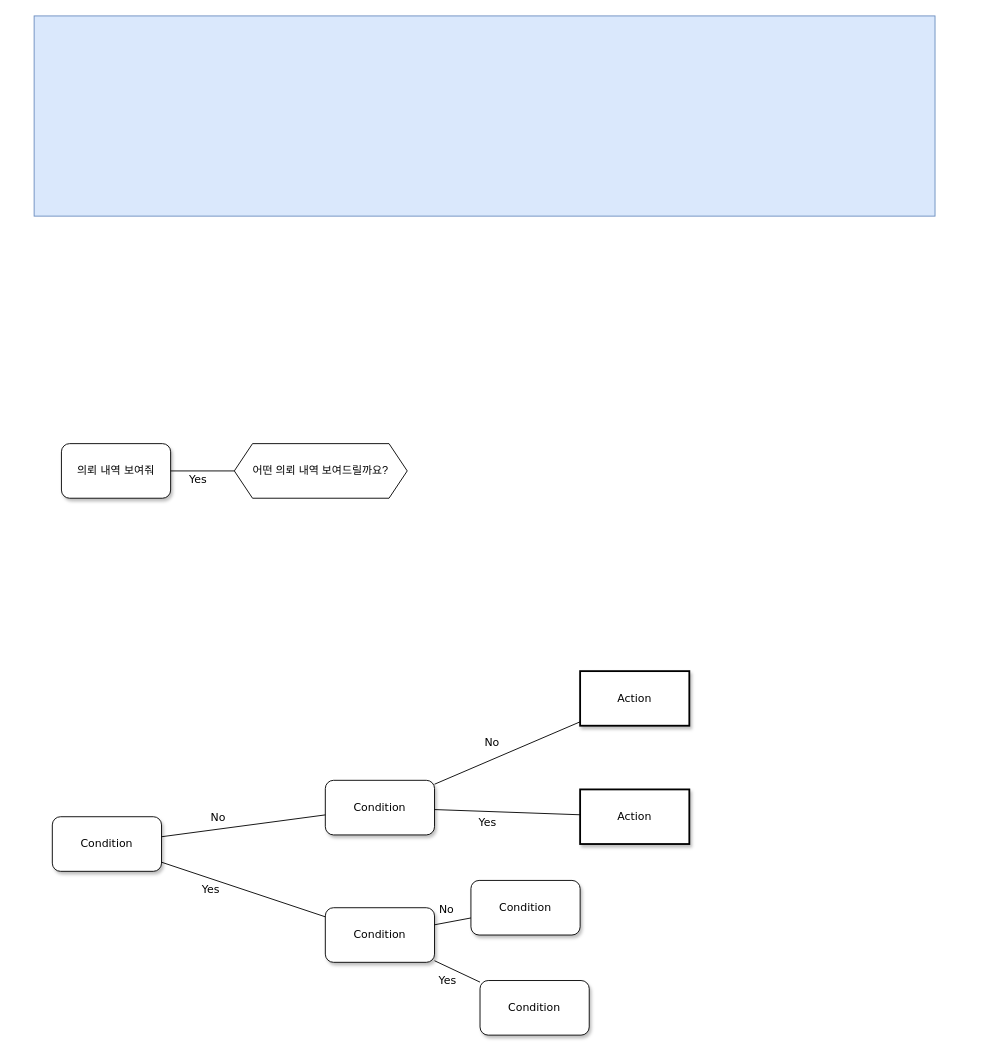
GaYoNE00/Ko_Chat_Exam keeps this draw.io diagram as 전체 시나리오.drawio. Above is the earlier version. Source tidied: cells renumbered, new cells numbered last; positions are measured from the earlier drawing's top-left corner, leaving out a move shared by most shapes. Both pictures are drawn from the tidied source at 91%, with x=0, y=0 at pixel (34, 15).
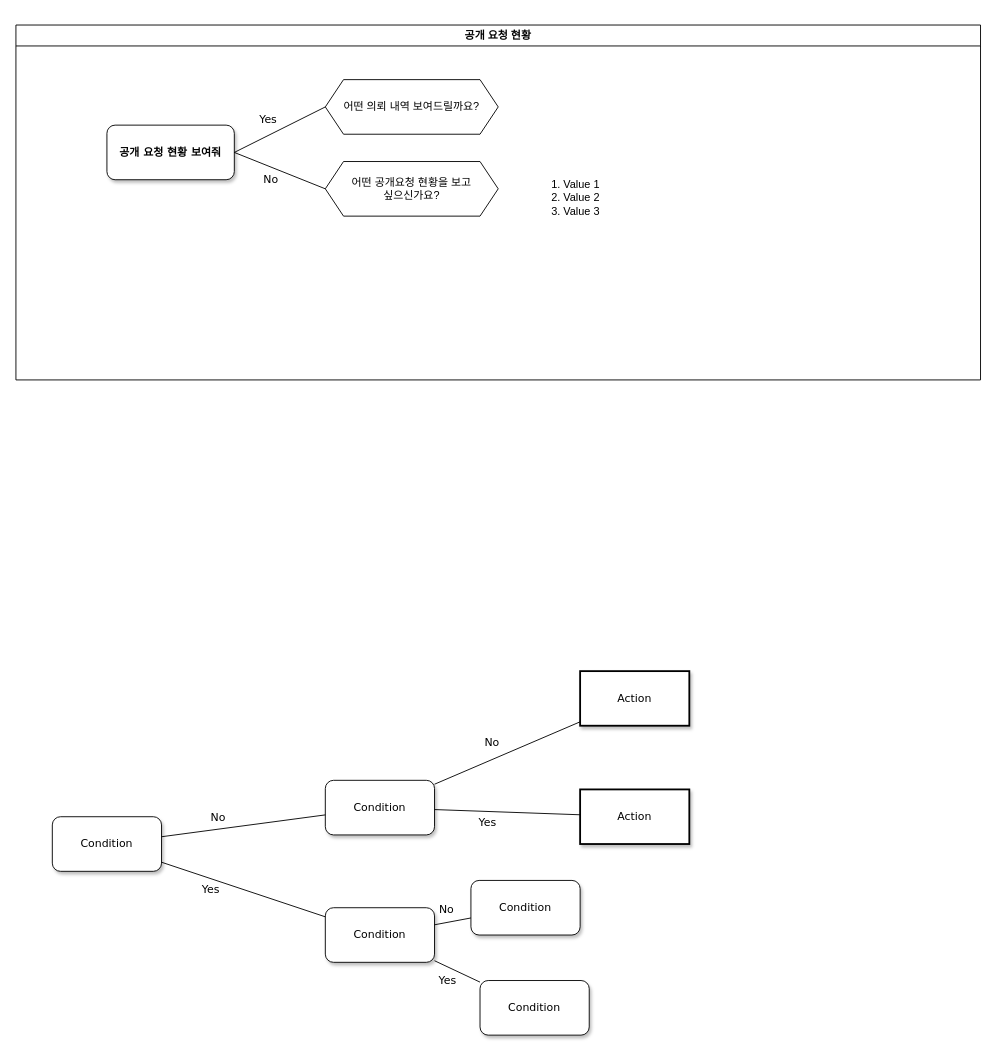
After the change.

Commit message (it also covers changes not shown here):
전체 시나리오.drawio 업데이트

Diff of the diagram source:
```diff
@@
-    <mxCell id="2" style="rounded=0;whiteSpace=wrap;html=1;fillColor=#dae8fc;strokeColor=#6c8ebf;" parent="1" vertex="1">
-      <mxGeometry width="990" height="220" as="geometry" />
-    </mxCell>
@@
+    <mxCell id="19" value="공개 요청 현황" style="swimlane;whiteSpace=wrap;html=1;" parent="1" vertex="1">
+      <mxGeometry x="-20" y="10" width="1060" height="390" as="geometry" />
+    </mxCell>
+    <mxCell id="18" value="어떤 의뢰 내역 보여드릴까요?" style="shape=hexagon;perimeter=hexagonPerimeter2;whiteSpace=wrap;html=1;fixedSize=1;" parent="19" vertex="1">
+      <mxGeometry x="340" y="60" width="190" height="60" as="geometry" />
+    </mxCell>
-    <mxCell id="16" value="의뢰 내역 보여줘" style="whiteSpace=wrap;html=1;rounded=1;shadow=1;labelBackgroundColor=none;strokeWidth=1;fontFamily=Verdana;fontSize=12;align=center;" parent="1" vertex="1">
-      <mxGeometry x="30" y="470" width="120" height="60" as="geometry" />
+    <mxCell id="16" value="공개 요청 현황 보여줘" style="whiteSpace=wrap;html=1;rounded=1;shadow=1;labelBackgroundColor=none;strokeWidth=1;fontFamily=Verdana;fontSize=12;align=center;fontStyle=1;" parent="19" vertex="1">
+      <mxGeometry x="100" y="110" width="140" height="60" as="geometry" />
     </mxCell>
-    <mxCell id="17" value="Yes" style="rounded=0;html=1;labelBackgroundColor=none;startArrow=none;startFill=0;startSize=5;endArrow=none;endFill=0;endSize=5;jettySize=auto;strokeWidth=1;fontFamily=Verdana;fontSize=12;exitX=1;exitY=0.5;exitDx=0;exitDy=0;entryX=0;entryY=0.5;entryDx=0;entryDy=0;" parent="1" edge="1" source="16" target="18">
-      <mxGeometry x="-0.14" y="-10" relative="1" as="geometry" />
+    <mxCell id="17" value="Yes" style="rounded=0;html=1;labelBackgroundColor=none;startArrow=none;startFill=0;startSize=5;endArrow=none;endFill=0;endSize=5;jettySize=auto;strokeWidth=1;fontFamily=Verdana;fontSize=12;exitX=1;exitY=0.5;exitDx=0;exitDy=0;entryX=0;entryY=0.5;entryDx=0;entryDy=0;" parent="19" edge="1" source="16" target="18">
+      <mxGeometry x="-0.13" y="16" relative="1" as="geometry" />
     </mxCell>
-    <mxCell id="18" value="어떤 의뢰 내역 보여드릴까요?" style="shape=hexagon;perimeter=hexagonPerimeter2;whiteSpace=wrap;html=1;fixedSize=1;" parent="1" vertex="1">
-      <mxGeometry x="220" y="470" width="190" height="60" as="geometry" />
-    </mxCell>
+    <mxCell id="20" value="어떤 공개요청 현황을 보고&lt;br&gt;싶으신가요?" style="shape=hexagon;perimeter=hexagonPerimeter2;whiteSpace=wrap;html=1;fixedSize=1;" parent="19" vertex="1">
+      <mxGeometry x="340" y="150" width="190" height="60" as="geometry" />
+    </mxCell>
+    <mxCell id="21" value="No" style="rounded=0;html=1;labelBackgroundColor=none;startArrow=none;startFill=0;startSize=5;endArrow=none;endFill=0;endSize=5;jettySize=auto;strokeWidth=1;fontFamily=Verdana;fontSize=12;exitX=1;exitY=0.5;exitDx=0;exitDy=0;entryX=0;entryY=0.5;entryDx=0;entryDy=0;" parent="19" edge="1" source="16" target="20">
+      <mxGeometry x="-0.1" y="-13" relative="1" as="geometry" />
+    </mxCell>
+    <mxCell id="22" value="&lt;ol&gt;&lt;li&gt;Value 1&lt;/li&gt;&lt;li&gt;Value 2&lt;/li&gt;&lt;li&gt;Value 3&lt;/li&gt;&lt;/ol&gt;" style="text;strokeColor=none;fillColor=none;html=1;whiteSpace=wrap;verticalAlign=middle;overflow=hidden;" parent="19" vertex="1">
+      <mxGeometry x="560" y="150" width="100" height="80" as="geometry" />
+    </mxCell>
```
